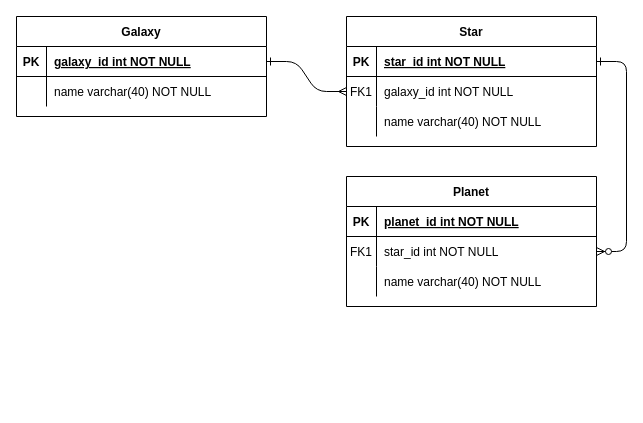
lrnewsom/learn-celestial-bodies-database keeps this draw.io diagram as Untitled Diagram.drawio. Above is the earlier version. Source tidied: cells renumbered, new cells numbered last; positions are measured from the earlier drawing's top-left corner, leaving out a move shared by most shapes. Both pictures are drawn from the tidied source at 100%, with x=0, y=0 at pixel (16, 16).
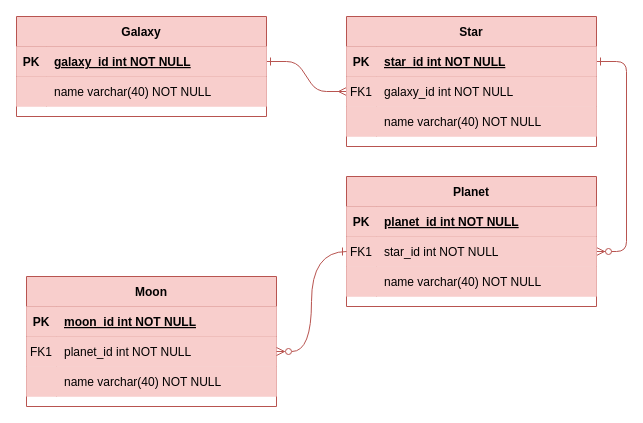
Above is the later version.

The edit, as a diff of the source:
```diff
@@
-    <mxCell id="2" style="edgeStyle=entityRelationEdgeStyle;endArrow=ERmany;startArrow=ERone;endFill=0;startFill=0;" parent="1" edge="1" source="25" target="8">
+    <mxCell id="2" style="edgeStyle=entityRelationEdgeStyle;endArrow=ERmany;startArrow=ERone;endFill=0;startFill=0;fillColor=#f8cecc;strokeColor=#b85450;" parent="1" edge="1" source="25" target="8">
       <mxGeometry relative="1" as="geometry" />
     </mxCell>
-    <mxCell id="3" style="edgeStyle=entityRelationEdgeStyle;endArrow=ERzeroToMany;startArrow=ERone;endFill=1;startFill=0;" parent="1" edge="1" source="5" target="18">
+    <mxCell id="3" style="edgeStyle=entityRelationEdgeStyle;endArrow=ERzeroToMany;startArrow=ERone;endFill=1;startFill=0;fillColor=#f8cecc;strokeColor=#b85450;" parent="1" edge="1" source="5" target="18">
       <mxGeometry relative="1" as="geometry" />
     </mxCell>
-    <mxCell id="4" value="Star" style="shape=table;startSize=30;childLayout=tableLayout;rowLines=0;fontStyle=1;align=center;" parent="1" vertex="1">
+    <mxCell id="4" value="Star" style="shape=table;startSize=30;childLayout=tableLayout;rowLines=0;fontStyle=1;align=center;fillColor=#f8cecc;strokeColor=#b85450;" parent="1" vertex="1">
       <mxGeometry x="330" width="250" height="130" as="geometry" />
     </mxCell>
-    <mxCell id="5" style="shape=partialRectangle;fillColor=none;points=[[0,0.5],[1,0.5]];portConstraint=eastwest;top=0;left=0;right=0;bottom=1;" parent="4" vertex="1">
+    <mxCell id="5" style="shape=partialRectangle;points=[[0,0.5],[1,0.5]];portConstraint=eastwest;top=0;left=0;right=0;bottom=1;fillColor=#f8cecc;strokeColor=#b85450;" parent="4" vertex="1">
       <mxGeometry y="30" width="250" height="30" as="geometry" />
     </mxCell>
-    <mxCell id="6" value="PK" style="shape=partialRectangle;overflow=hidden;fillColor=none;top=0;left=0;bottom=0;right=0;fontStyle=1;" parent="5" vertex="1">
+    <mxCell id="6" value="PK" style="shape=partialRectangle;overflow=hidden;top=0;left=0;bottom=0;right=0;fontStyle=1;fillColor=#f8cecc;strokeColor=#b85450;" parent="5" vertex="1">
       <mxGeometry width="30" height="30" as="geometry" />
     </mxCell>
-    <mxCell id="7" value="star_id int NOT NULL " style="shape=partialRectangle;overflow=hidden;fillColor=none;top=0;left=0;bottom=0;right=0;align=left;spacingLeft=6;fontStyle=5;" parent="5" vertex="1">
+    <mxCell id="7" value="star_id int NOT NULL " style="shape=partialRectangle;overflow=hidden;top=0;left=0;bottom=0;right=0;align=left;spacingLeft=6;fontStyle=5;fillColor=#f8cecc;strokeColor=#b85450;" parent="5" vertex="1">
       <mxGeometry x="30" width="220" height="30" as="geometry" />
     </mxCell>
-    <mxCell id="8" style="shape=partialRectangle;fillColor=none;points=[[0,0.5],[1,0.5]];portConstraint=eastwest;top=0;left=0;right=0;bottom=0;" parent="4" vertex="1">
+    <mxCell id="8" style="shape=partialRectangle;points=[[0,0.5],[1,0.5]];portConstraint=eastwest;top=0;left=0;right=0;bottom=0;fillColor=#f8cecc;strokeColor=#b85450;" parent="4" vertex="1">
       <mxGeometry y="60" width="250" height="30" as="geometry" />
     </mxCell>
-    <mxCell id="9" value="FK1" style="shape=partialRectangle;overflow=hidden;fillColor=none;top=0;left=0;bottom=0;right=0;" parent="8" vertex="1">
+    <mxCell id="9" value="FK1" style="shape=partialRectangle;overflow=hidden;top=0;left=0;bottom=0;right=0;fillColor=#f8cecc;strokeColor=#b85450;" parent="8" vertex="1">
       <mxGeometry width="30" height="30" as="geometry" />
     </mxCell>
-    <mxCell id="10" value="galaxy_id int NOT NULL" style="shape=partialRectangle;overflow=hidden;fillColor=none;top=0;left=0;bottom=0;right=0;align=left;spacingLeft=6;" parent="8" vertex="1">
+    <mxCell id="10" value="galaxy_id int NOT NULL" style="shape=partialRectangle;overflow=hidden;top=0;left=0;bottom=0;right=0;align=left;spacingLeft=6;fillColor=#f8cecc;strokeColor=#b85450;" parent="8" vertex="1">
       <mxGeometry x="30" width="220" height="30" as="geometry" />
     </mxCell>
-    <mxCell id="11" style="shape=partialRectangle;fillColor=none;top=0;left=0;right=0;bottom=0;" parent="4" vertex="1">
+    <mxCell id="11" style="shape=partialRectangle;top=0;left=0;right=0;bottom=0;fillColor=#f8cecc;strokeColor=#b85450;" parent="4" vertex="1">
       <mxGeometry y="90" width="250" height="30" as="geometry" />
     </mxCell>
-    <mxCell id="12" style="shape=partialRectangle;overflow=hidden;fillColor=none;top=0;left=0;bottom=0;right=0;" parent="11" vertex="1">
+    <mxCell id="12" style="shape=partialRectangle;overflow=hidden;top=0;left=0;bottom=0;right=0;fillColor=#f8cecc;strokeColor=#b85450;" parent="11" vertex="1">
       <mxGeometry width="30" height="30" as="geometry" />
     </mxCell>
-    <mxCell id="13" value="name varchar(40) NOT NULL" style="shape=partialRectangle;overflow=hidden;fillColor=none;top=0;left=0;bottom=0;right=0;align=left;spacingLeft=6;" parent="11" vertex="1">
+    <mxCell id="13" value="name varchar(40) NOT NULL" style="shape=partialRectangle;overflow=hidden;top=0;left=0;bottom=0;right=0;align=left;spacingLeft=6;fillColor=#f8cecc;strokeColor=#b85450;" parent="11" vertex="1">
       <mxGeometry x="30" width="220" height="30" as="geometry" />
     </mxCell>
-    <mxCell id="14" value="Planet" style="shape=table;startSize=30;childLayout=tableLayout;rowLines=0;fontStyle=1;align=center;" parent="1" vertex="1">
+    <mxCell id="14" value="Planet" style="shape=table;startSize=30;childLayout=tableLayout;rowLines=0;fontStyle=1;align=center;fillColor=#f8cecc;strokeColor=#b85450;" parent="1" vertex="1">
       <mxGeometry x="330" y="160" width="250" height="130" as="geometry" />
     </mxCell>
-    <mxCell id="15" style="shape=partialRectangle;fillColor=none;top=0;left=0;right=0;bottom=1;" parent="14" vertex="1">
+    <mxCell id="15" style="shape=partialRectangle;top=0;left=0;right=0;bottom=1;fillColor=#f8cecc;strokeColor=#b85450;" parent="14" vertex="1">
       <mxGeometry y="30" width="250" height="30" as="geometry" />
     </mxCell>
-    <mxCell id="16" value="PK" style="shape=partialRectangle;overflow=hidden;fillColor=none;top=0;left=0;bottom=0;right=0;fontStyle=1;" parent="15" vertex="1">
+    <mxCell id="16" value="PK" style="shape=partialRectangle;overflow=hidden;top=0;left=0;bottom=0;right=0;fontStyle=1;fillColor=#f8cecc;strokeColor=#b85450;" parent="15" vertex="1">
       <mxGeometry width="30" height="30" as="geometry" />
     </mxCell>
-    <mxCell id="17" value="planet_id int NOT NULL " style="shape=partialRectangle;overflow=hidden;fillColor=none;top=0;left=0;bottom=0;right=0;align=left;spacingLeft=6;fontStyle=5;" parent="15" vertex="1">
+    <mxCell id="17" value="planet_id int NOT NULL " style="shape=partialRectangle;overflow=hidden;top=0;left=0;bottom=0;right=0;align=left;spacingLeft=6;fontStyle=5;fillColor=#f8cecc;strokeColor=#b85450;" parent="15" vertex="1">
       <mxGeometry x="30" width="220" height="30" as="geometry" />
     </mxCell>
-    <mxCell id="18" style="shape=partialRectangle;fillColor=none;points=[[0,0.5],[1,0.5]];portConstraint=eastwest;top=0;left=0;right=0;bottom=0;" parent="14" vertex="1">
+    <mxCell id="18" style="shape=partialRectangle;points=[[0,0.5],[1,0.5]];portConstraint=eastwest;top=0;left=0;right=0;bottom=0;fillColor=#f8cecc;strokeColor=#b85450;" parent="14" vertex="1">
       <mxGeometry y="60" width="250" height="30" as="geometry" />
     </mxCell>
-    <mxCell id="19" value="FK1" style="shape=partialRectangle;overflow=hidden;fillColor=none;top=0;left=0;bottom=0;right=0;" parent="18" vertex="1">
+    <mxCell id="19" value="FK1" style="shape=partialRectangle;overflow=hidden;top=0;left=0;bottom=0;right=0;fillColor=#f8cecc;strokeColor=#b85450;" parent="18" vertex="1">
       <mxGeometry width="30" height="30" as="geometry" />
     </mxCell>
-    <mxCell id="20" value="star_id int NOT NULL" style="shape=partialRectangle;overflow=hidden;fillColor=none;top=0;left=0;bottom=0;right=0;align=left;spacingLeft=6;" parent="18" vertex="1">
+    <mxCell id="20" value="star_id int NOT NULL" style="shape=partialRectangle;overflow=hidden;top=0;left=0;bottom=0;right=0;align=left;spacingLeft=6;fillColor=#f8cecc;strokeColor=#b85450;" parent="18" vertex="1">
       <mxGeometry x="30" width="220" height="30" as="geometry" />
     </mxCell>
-    <mxCell id="21" style="shape=partialRectangle;fillColor=none;top=0;left=0;right=0;bottom=0;" parent="14" vertex="1">
+    <mxCell id="21" style="shape=partialRectangle;top=0;left=0;right=0;bottom=0;fillColor=#f8cecc;strokeColor=#b85450;" parent="14" vertex="1">
       <mxGeometry y="90" width="250" height="30" as="geometry" />
     </mxCell>
-    <mxCell id="22" style="shape=partialRectangle;overflow=hidden;fillColor=none;top=0;left=0;bottom=0;right=0;" parent="21" vertex="1">
+    <mxCell id="22" style="shape=partialRectangle;overflow=hidden;top=0;left=0;bottom=0;right=0;fillColor=#f8cecc;strokeColor=#b85450;" parent="21" vertex="1">
       <mxGeometry width="30" height="30" as="geometry" />
     </mxCell>
-    <mxCell id="23" value="name varchar(40) NOT NULL" style="shape=partialRectangle;overflow=hidden;fillColor=none;top=0;left=0;bottom=0;right=0;align=left;spacingLeft=6;" parent="21" vertex="1">
+    <mxCell id="23" value="name varchar(40) NOT NULL" style="shape=partialRectangle;overflow=hidden;top=0;left=0;bottom=0;right=0;align=left;spacingLeft=6;fillColor=#f8cecc;strokeColor=#b85450;" parent="21" vertex="1">
       <mxGeometry x="30" width="220" height="30" as="geometry" />
     </mxCell>
-    <mxCell id="24" value="Galaxy" style="shape=table;startSize=30;childLayout=tableLayout;rowLines=0;fontStyle=1;align=center;" parent="1" vertex="1">
+    <mxCell id="24" value="Galaxy" style="shape=table;startSize=30;childLayout=tableLayout;rowLines=0;fontStyle=1;align=center;fillColor=#f8cecc;strokeColor=#b85450;" parent="1" vertex="1">
       <mxGeometry width="250" height="100" as="geometry" />
     </mxCell>
-    <mxCell id="25" style="shape=partialRectangle;fillColor=none;points=[[0,0.5],[1,0.5]];portConstraint=eastwest;top=0;left=0;right=0;bottom=1;" parent="24" vertex="1">
+    <mxCell id="25" style="shape=partialRectangle;points=[[0,0.5],[1,0.5]];portConstraint=eastwest;top=0;left=0;right=0;bottom=1;fillColor=#f8cecc;strokeColor=#b85450;" parent="24" vertex="1">
       <mxGeometry y="30" width="250" height="30" as="geometry" />
     </mxCell>
-    <mxCell id="26" value="PK" style="shape=partialRectangle;overflow=hidden;fillColor=none;top=0;left=0;bottom=0;right=0;fontStyle=1;" parent="25" vertex="1">
+    <mxCell id="26" value="PK" style="shape=partialRectangle;overflow=hidden;top=0;left=0;bottom=0;right=0;fontStyle=1;fillColor=#f8cecc;strokeColor=#b85450;" parent="25" vertex="1">
       <mxGeometry width="30" height="30" as="geometry" />
     </mxCell>
-    <mxCell id="27" value="galaxy_id int NOT NULL " style="shape=partialRectangle;overflow=hidden;fillColor=none;top=0;left=0;bottom=0;right=0;align=left;spacingLeft=6;fontStyle=5;" parent="25" vertex="1">
+    <mxCell id="27" value="galaxy_id int NOT NULL " style="shape=partialRectangle;overflow=hidden;top=0;left=0;bottom=0;right=0;align=left;spacingLeft=6;fontStyle=5;fillColor=#f8cecc;strokeColor=#b85450;" parent="25" vertex="1">
       <mxGeometry x="30" width="220" height="30" as="geometry" />
     </mxCell>
-    <mxCell id="28" style="shape=partialRectangle;fillColor=none;top=0;left=0;right=0;bottom=0;" parent="24" vertex="1">
+    <mxCell id="28" style="shape=partialRectangle;top=0;left=0;right=0;bottom=0;fillColor=#f8cecc;strokeColor=#b85450;" parent="24" vertex="1">
       <mxGeometry y="60" width="250" height="30" as="geometry" />
     </mxCell>
-    <mxCell id="29" style="shape=partialRectangle;overflow=hidden;fillColor=none;top=0;left=0;bottom=0;right=0;" parent="28" vertex="1">
+    <mxCell id="29" style="shape=partialRectangle;overflow=hidden;top=0;left=0;bottom=0;right=0;fillColor=#f8cecc;strokeColor=#b85450;" parent="28" vertex="1">
       <mxGeometry width="30" height="30" as="geometry" />
     </mxCell>
-    <mxCell id="30" value="name varchar(40) NOT NULL" style="shape=partialRectangle;overflow=hidden;fillColor=none;top=0;left=0;bottom=0;right=0;align=left;spacingLeft=6;" parent="28" vertex="1">
+    <mxCell id="30" value="name varchar(40) NOT NULL" style="shape=partialRectangle;overflow=hidden;top=0;left=0;bottom=0;right=0;align=left;spacingLeft=6;fillColor=#f8cecc;strokeColor=#b85450;" parent="28" vertex="1">
       <mxGeometry x="30" width="220" height="30" as="geometry" />
     </mxCell>
+    <mxCell id="31" value="Moon" style="shape=table;startSize=30;childLayout=tableLayout;rowLines=0;fontStyle=1;align=center;fillColor=#f8cecc;strokeColor=#b85450;" parent="1" vertex="1">
+      <mxGeometry x="10" y="260" width="250" height="130" as="geometry" />
+    </mxCell>
+    <mxCell id="32" style="shape=partialRectangle;top=0;left=0;right=0;bottom=1;fillColor=#f8cecc;strokeColor=#b85450;" parent="31" vertex="1">
+      <mxGeometry y="30" width="250" height="30" as="geometry" />
+    </mxCell>
+    <mxCell id="33" value="PK" style="shape=partialRectangle;overflow=hidden;top=0;left=0;bottom=0;right=0;fontStyle=1;fillColor=#f8cecc;strokeColor=#b85450;" parent="32" vertex="1">
+      <mxGeometry width="30" height="30" as="geometry" />
+    </mxCell>
+    <mxCell id="34" value="moon_id int NOT NULL " style="shape=partialRectangle;overflow=hidden;top=0;left=0;bottom=0;right=0;align=left;spacingLeft=6;fontStyle=5;fillColor=#f8cecc;strokeColor=#b85450;" parent="32" vertex="1">
+      <mxGeometry x="30" width="220" height="30" as="geometry" />
+    </mxCell>
+    <mxCell id="35" style="shape=partialRectangle;points=[[0,0.5],[1,0.5]];portConstraint=eastwest;top=0;left=0;right=0;bottom=0;fillColor=#f8cecc;strokeColor=#b85450;" parent="31" vertex="1">
+      <mxGeometry y="60" width="250" height="30" as="geometry" />
+    </mxCell>
+    <mxCell id="36" value="FK1" style="shape=partialRectangle;overflow=hidden;top=0;left=0;bottom=0;right=0;fillColor=#f8cecc;strokeColor=#b85450;" parent="35" vertex="1">
+      <mxGeometry width="30" height="30" as="geometry" />
+    </mxCell>
+    <mxCell id="37" value="planet_id int NOT NULL" style="shape=partialRectangle;overflow=hidden;top=0;left=0;bottom=0;right=0;align=left;spacingLeft=6;fillColor=#f8cecc;strokeColor=#b85450;" parent="35" vertex="1">
+      <mxGeometry x="30" width="220" height="30" as="geometry" />
+    </mxCell>
+    <mxCell id="38" style="shape=partialRectangle;top=0;left=0;right=0;bottom=0;fillColor=#f8cecc;strokeColor=#b85450;" parent="31" vertex="1">
+      <mxGeometry y="90" width="250" height="30" as="geometry" />
+    </mxCell>
+    <mxCell id="39" style="shape=partialRectangle;overflow=hidden;top=0;left=0;bottom=0;right=0;fillColor=#f8cecc;strokeColor=#b85450;" parent="38" vertex="1">
+      <mxGeometry width="30" height="30" as="geometry" />
+    </mxCell>
+    <mxCell id="40" value="name varchar(40) NOT NULL" style="shape=partialRectangle;overflow=hidden;top=0;left=0;bottom=0;right=0;align=left;spacingLeft=6;fillColor=#f8cecc;strokeColor=#b85450;" parent="38" vertex="1">
+      <mxGeometry x="30" width="220" height="30" as="geometry" />
+    </mxCell>
+    <mxCell id="41" style="edgeStyle=orthogonalEdgeStyle;rounded=0;jettySize=auto;html=1;entryX=1;entryY=0.5;entryDx=0;entryDy=0;endArrow=ERzeroToMany;endFill=0;startArrow=ERone;startFill=0;curved=1;fillColor=#f8cecc;strokeColor=#b85450;" parent="1" edge="1" source="18" target="35">
+      <mxGeometry relative="1" as="geometry" />
+    </mxCell>
```
